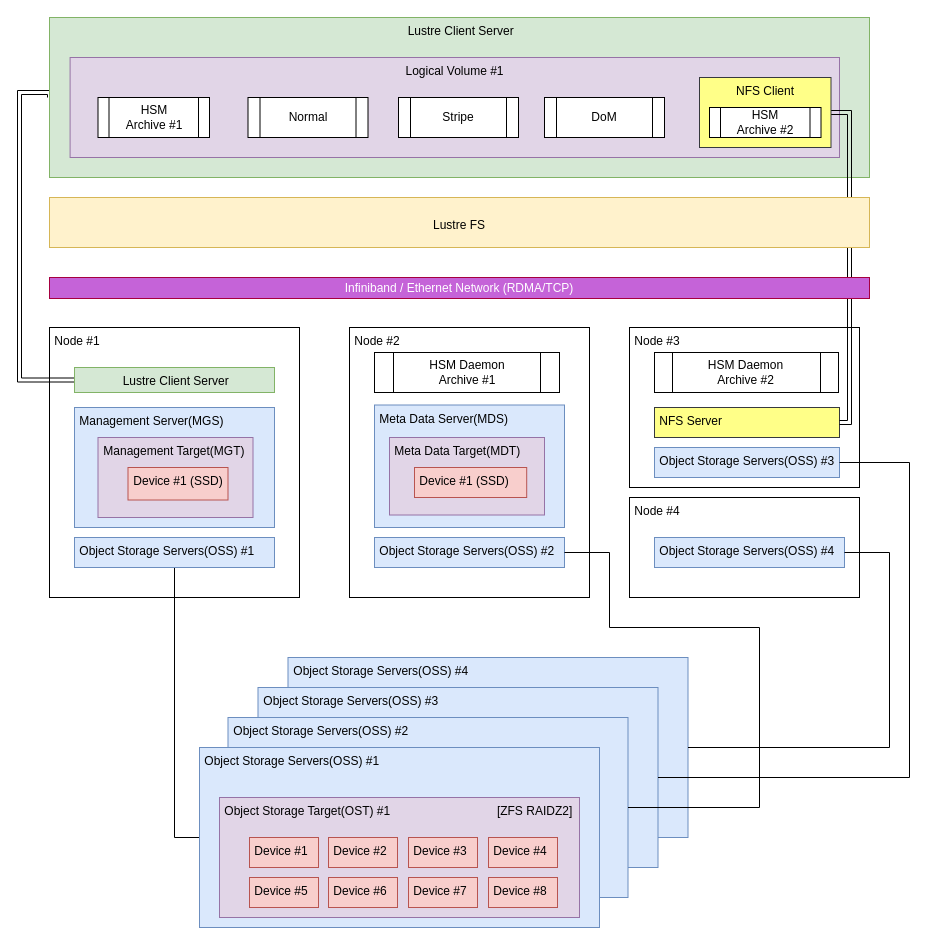
Above: Lustre FS.drawio in weed700/Lustre_study (draw.io), before the change. Source tidied: cells renumbered, new cells numbered last; positions are measured from the earlier drawing's top-left corner, leaving out a move shared by most shapes. Both pictures are drawn from the tidied source at 100%, with x=0, y=0 at pixel (19, 17).
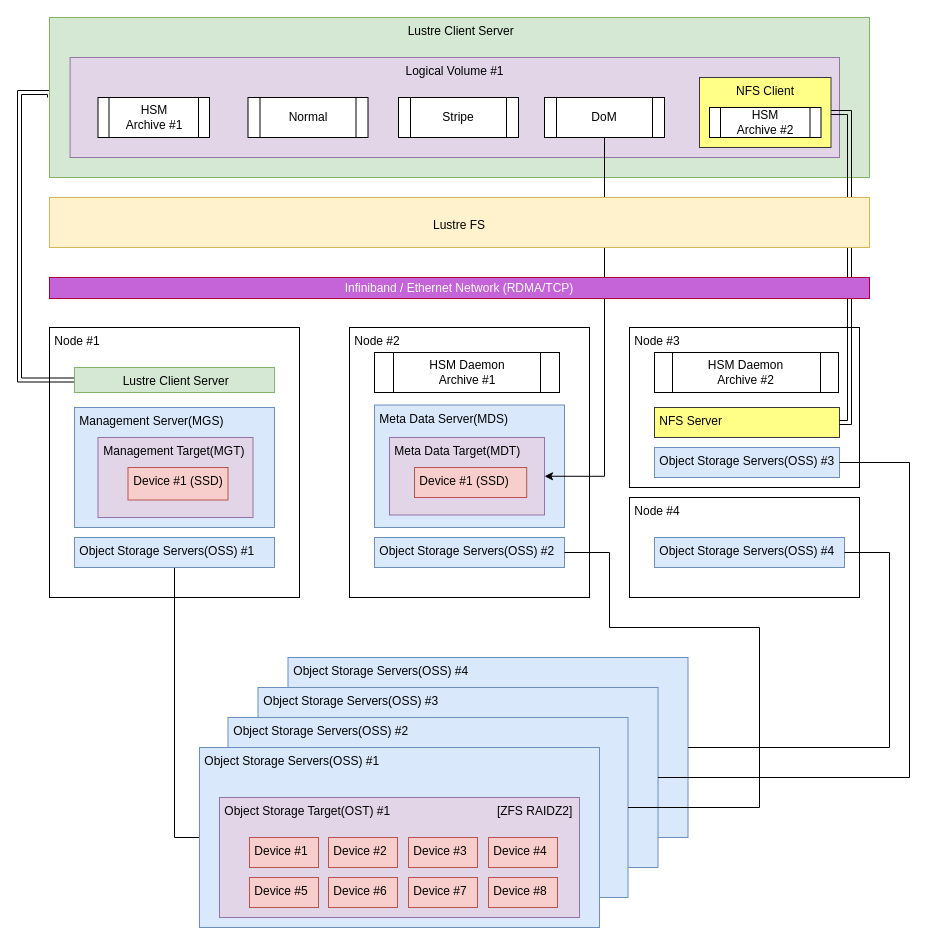
After the change.

The change refers to these unchanged cells:
```xml
<mxCell id="30" value="&amp;nbsp;Meta Data Target(MDT)" style="rounded=0;whiteSpace=wrap;html=1;align=left;verticalAlign=top;fillColor=#e1d5e7;strokeColor=#9673a6;" parent="1" vertex="1">
  <mxGeometry x="370" y="420" width="155" height="77.5" as="geometry" />
</mxCell>
<mxCell id="39" value="DoM" style="shape=process;whiteSpace=wrap;html=1;backgroundOutline=1;fontSize=12;" parent="1" vertex="1">
  <mxGeometry x="525" y="80" width="120" height="40" as="geometry" />
</mxCell>
```

What changed in the source:
```diff
@@
+    <mxCell id="49" style="edgeStyle=orthogonalEdgeStyle;rounded=0;jettySize=auto;html=1;exitX=0.5;exitY=1;exitDx=0;exitDy=0;entryX=1;entryY=0.5;entryDx=0;entryDy=0;fontSize=12;endArrow=classic;endFill=1;startArrow=none;startFill=0;" parent="1" edge="1" source="39" target="30">
+      <mxGeometry relative="1" as="geometry" />
+    </mxCell>
```
